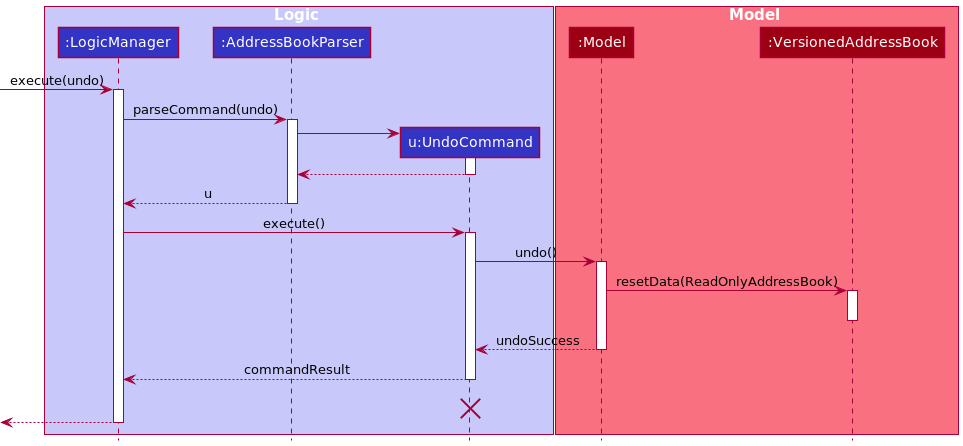
The PlantUML diagram docs/images/UndoSequenceDiagram.png in random689/tp, before a commit.
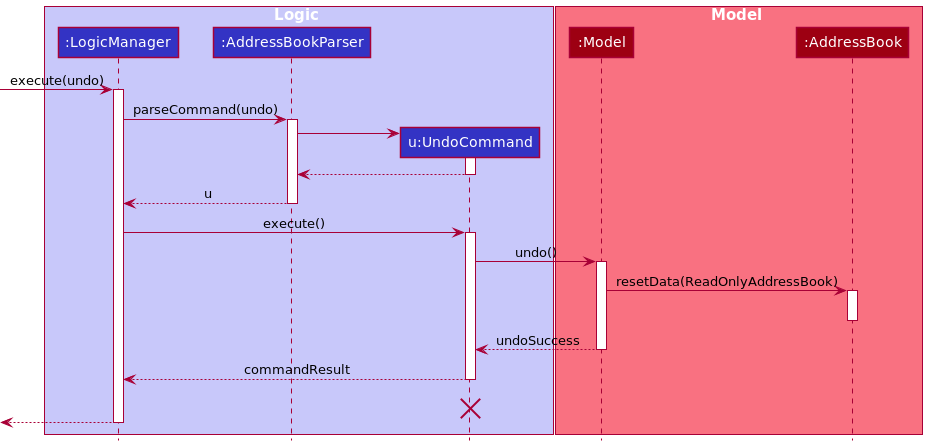
After the commit.

Change to the diagram source:
```diff
@@ -9,7 +9,7 @@
 
 box Model MODEL_COLOR_T1
 participant ":Model" as Model MODEL_COLOR
-participant ":VersionedAddressBook" as VersionedAddressBook MODEL_COLOR
+participant ":AddressBook" as AddressBook MODEL_COLOR
 end box
 [-> LogicManager : execute(undo)
 activate LogicManager
@@ -33,10 +33,10 @@
 UndoCommand -> Model : undo()
 activate Model
 
-Model -> VersionedAddressBook : resetData(ReadOnlyAddressBook)
-activate VersionedAddressBook
+Model -> AddressBook : resetData(ReadOnlyAddressBook)
+activate AddressBook
 
-deactivate VersionedAddressBook
+deactivate AddressBook
 
 Model --> UndoCommand: undoSuccess
 deactivate Model
```
